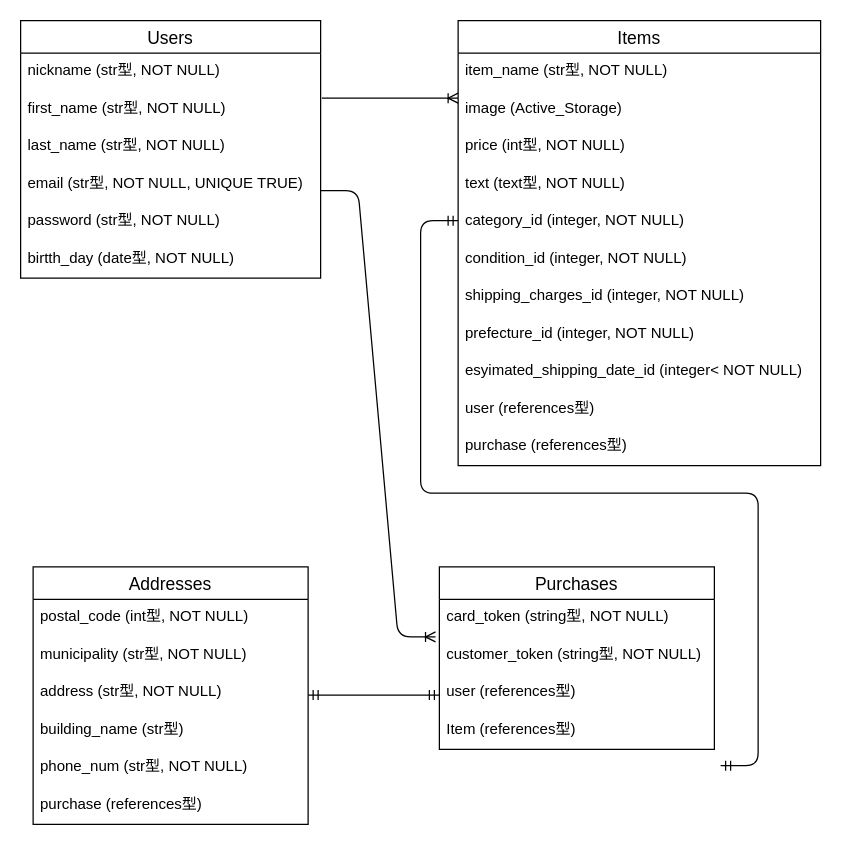
Earlier version of the draw.io diagram ER.dio (TECH99SUZUMURa/furima-35552). Source tidied: cells renumbered, new cells numbered last; positions are measured from the earlier drawing's top-left corner, leaving out a move shared by most shapes. Both pictures are drawn from the tidied source at 125%, with x=0, y=0 at pixel (20, 20).
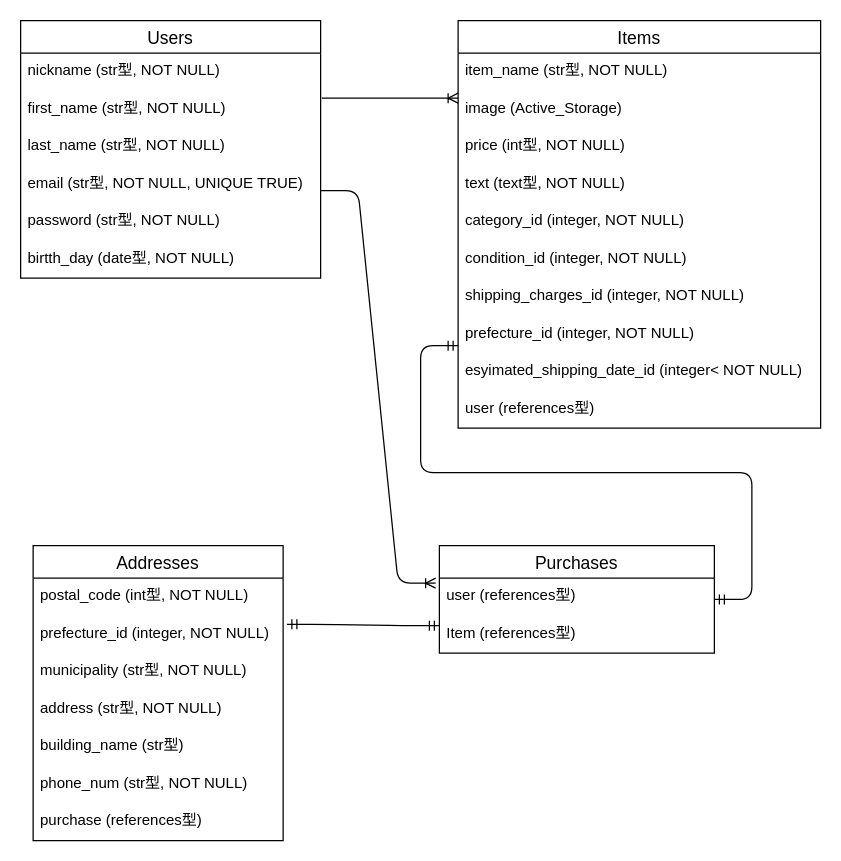
The same diagram, later.

The edit, as a diff of the source:
```diff
@@
     <mxCell id="9" value="Items" style="swimlane;fontStyle=0;horizontal=1;startSize=26;align=center;fontSize=14;" parent="1" vertex="1">
-      <mxGeometry x="350" width="290" height="356" as="geometry" />
+      <mxGeometry x="350" width="290" height="326" as="geometry" />
     </mxCell>
@@
-    <mxCell id="20" value="purchase (references型)" style="text;strokeColor=none;fillColor=none;spacingLeft=4;spacingRight=4;overflow=hidden;fontSize=12;" parent="9" vertex="1">
-      <mxGeometry y="326" width="290" height="30" as="geometry" />
-    </mxCell>
     <mxCell id="21" value="Addresses" style="swimlane;fontStyle=0;horizontal=1;startSize=26;align=center;fontSize=14;" parent="1" vertex="1">
-      <mxGeometry x="10" y="437" width="220" height="206" as="geometry" />
+      <mxGeometry x="10" y="420" width="200" height="236" as="geometry" />
     </mxCell>
+    <mxCell id="37" value="postal_code (int型, NOT NULL)" style="text;strokeColor=none;fillColor=none;spacingLeft=4;spacingRight=4;overflow=hidden;fontSize=12;" parent="21" vertex="1">
+      <mxGeometry y="26" width="200" height="30" as="geometry" />
+    </mxCell>
-    <mxCell id="22" value="postal_code (int型, NOT NULL)" style="text;strokeColor=none;fillColor=none;spacingLeft=4;spacingRight=4;overflow=hidden;points=[[0,0.5],[1,0.5]];portConstraint=eastwest;fontSize=12;" parent="21" vertex="1">
-      <mxGeometry y="26" width="220" height="30" as="geometry" />
+    <mxCell id="22" value="prefecture_id (integer, NOT NULL)" style="text;strokeColor=none;fillColor=none;spacingLeft=4;spacingRight=4;overflow=hidden;points=[[0,0.5],[1,0.5]];portConstraint=eastwest;fontSize=12;" parent="21" vertex="1">
+      <mxGeometry y="56" width="200" height="30" as="geometry" />
     </mxCell>
     <mxCell id="23" value="municipality (str型, NOT NULL)" style="text;strokeColor=none;fillColor=none;spacingLeft=4;spacingRight=4;overflow=hidden;fontSize=12;" parent="21" vertex="1">
-      <mxGeometry y="56" width="220" height="30" as="geometry" />
+      <mxGeometry y="86" width="200" height="30" as="geometry" />
     </mxCell>
     <mxCell id="24" value="address (str型, NOT NULL)" style="text;strokeColor=none;fillColor=none;spacingLeft=4;spacingRight=4;overflow=hidden;fontSize=12;" parent="21" vertex="1">
-      <mxGeometry y="86" width="220" height="30" as="geometry" />
+      <mxGeometry y="116" width="200" height="30" as="geometry" />
     </mxCell>
     <mxCell id="25" value="building_name (str型)" style="text;strokeColor=none;fillColor=none;spacingLeft=4;spacingRight=4;overflow=hidden;fontSize=12;" parent="21" vertex="1">
-      <mxGeometry y="116" width="220" height="30" as="geometry" />
+      <mxGeometry y="146" width="200" height="30" as="geometry" />
     </mxCell>
     <mxCell id="26" value="phone_num (str型, NOT NULL)" style="text;strokeColor=none;fillColor=none;spacingLeft=4;spacingRight=4;overflow=hidden;fontSize=12;" parent="21" vertex="1">
-      <mxGeometry y="146" width="220" height="30" as="geometry" />
+      <mxGeometry y="176" width="200" height="30" as="geometry" />
     </mxCell>
     <mxCell id="27" value="purchase (references型)" style="text;strokeColor=none;fillColor=none;spacingLeft=4;spacingRight=4;overflow=hidden;fontSize=12;" parent="21" vertex="1">
-      <mxGeometry y="176" width="220" height="30" as="geometry" />
+      <mxGeometry y="206" width="200" height="30" as="geometry" />
     </mxCell>
@@
-    <mxCell id="29" style="edgeStyle=entityRelationEdgeStyle;fontSize=12;html=1;endArrow=ERmandOne;startArrow=ERmandOne;" parent="1" edge="1">
-      <mxGeometry relative="1" as="geometry">
-        <mxPoint x="560" y="596" as="sourcePoint" />
-        <mxPoint x="350" y="160" as="targetPoint" />
-      </mxGeometry>
-    </mxCell>
     <mxCell id="30" value="Purchases" style="swimlane;fontStyle=0;horizontal=1;startSize=26;align=center;fontSize=14;" parent="1" vertex="1">
-      <mxGeometry x="335" y="437" width="220" height="146" as="geometry" />
+      <mxGeometry x="335" y="420" width="220" height="86" as="geometry" />
     </mxCell>
-    <mxCell id="31" value="card_token (string型, NOT NULL)" style="text;strokeColor=none;fillColor=none;spacingLeft=4;spacingRight=4;overflow=hidden;points=[[0,0.5],[1,0.5]];portConstraint=eastwest;fontSize=12;" parent="30" vertex="1">
-      <mxGeometry y="26" width="220" height="30" as="geometry" />
-    </mxCell>
-    <mxCell id="32" value="customer_token (string型, NOT NULL)" style="text;strokeColor=none;fillColor=none;spacingLeft=4;spacingRight=4;overflow=hidden;fontSize=12;" parent="30" vertex="1">
-      <mxGeometry y="56" width="220" height="30" as="geometry" />
-    </mxCell>
     <mxCell id="33" value="user (references型)" style="text;strokeColor=none;fillColor=none;spacingLeft=4;spacingRight=4;overflow=hidden;fontSize=12;" parent="30" vertex="1">
-      <mxGeometry y="86" width="220" height="30" as="geometry" />
+      <mxGeometry y="26" width="220" height="30" as="geometry" />
     </mxCell>
     <mxCell id="34" value="Item (references型)" style="text;strokeColor=none;fillColor=none;spacingLeft=4;spacingRight=4;overflow=hidden;points=[[0,0.5],[1,0.5]];portConstraint=eastwest;fontSize=12;" parent="30" vertex="1">
-      <mxGeometry y="116" width="220" height="30" as="geometry" />
+      <mxGeometry y="56" width="220" height="30" as="geometry" />
     </mxCell>
-    <mxCell id="35" style="edgeStyle=entityRelationEdgeStyle;fontSize=12;html=1;endArrow=ERoneToMany;entryX=-0.014;entryY=1;entryDx=0;entryDy=0;entryPerimeter=0;" parent="1" edge="1" target="31">
+    <mxCell id="35" style="edgeStyle=entityRelationEdgeStyle;fontSize=12;html=1;endArrow=ERoneToMany;" parent="1" edge="1">
       <mxGeometry relative="1" as="geometry">
         <mxPoint x="240" y="136" as="sourcePoint" />
+        <mxPoint x="332" y="450" as="targetPoint" />
       </mxGeometry>
     </mxCell>
-    <mxCell id="36" style="edgeStyle=entityRelationEdgeStyle;fontSize=12;html=1;endArrow=ERmandOne;startArrow=ERmandOne;" parent="1" edge="1">
-      <mxGeometry relative="1" as="geometry">
-        <mxPoint x="230" y="539.5" as="sourcePoint" />
-        <mxPoint x="335" y="539.5" as="targetPoint" />
-      </mxGeometry>
+    <mxCell id="36" style="edgeStyle=entityRelationEdgeStyle;fontSize=12;html=1;endArrow=ERmandOne;startArrow=ERmandOne;exitX=1.015;exitY=0.233;exitDx=0;exitDy=0;exitPerimeter=0;entryX=0;entryY=0.267;entryDx=0;entryDy=0;entryPerimeter=0;" parent="1" edge="1" source="22" target="34">
+      <mxGeometry relative="1" as="geometry" />
     </mxCell>
+    <mxCell id="38" style="edgeStyle=entityRelationEdgeStyle;fontSize=12;html=1;endArrow=ERmandOne;startArrow=ERmandOne;" parent="1" edge="1" source="30">
+      <mxGeometry relative="1" as="geometry">
+        <mxPoint x="350" y="260" as="targetPoint" />
+      </mxGeometry>
+    </mxCell>
```
